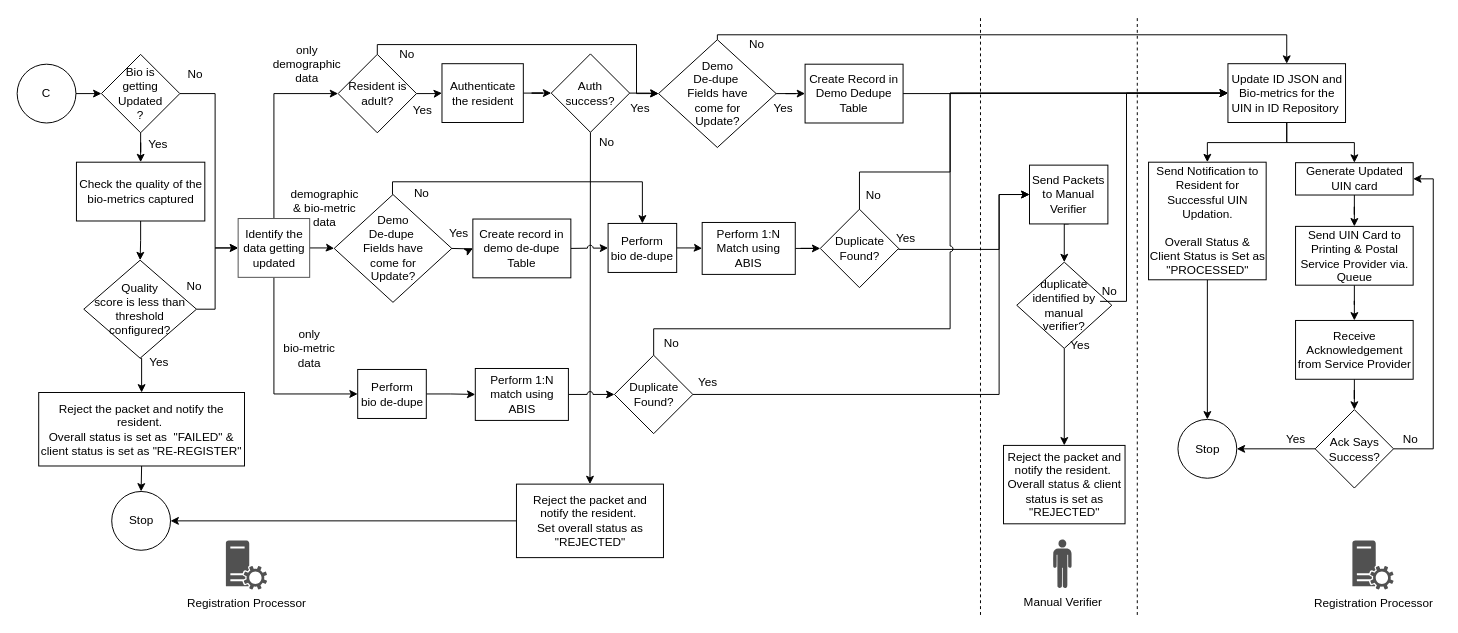
mosip/documentation keeps this draw.io diagram as page "update_packet_processing_part_2" (6 of 9) of docs/_sources/reg_processor/reg_proc_process_flow.drawio. Above is the earlier version. Source tidied: cells renumbered, new cells numbered last; positions are measured from the earlier drawing's top-left corner, leaving out a move shared by most shapes. Both pictures are drawn from the tidied source at 98%, with x=0, y=0 at pixel (17, 17).
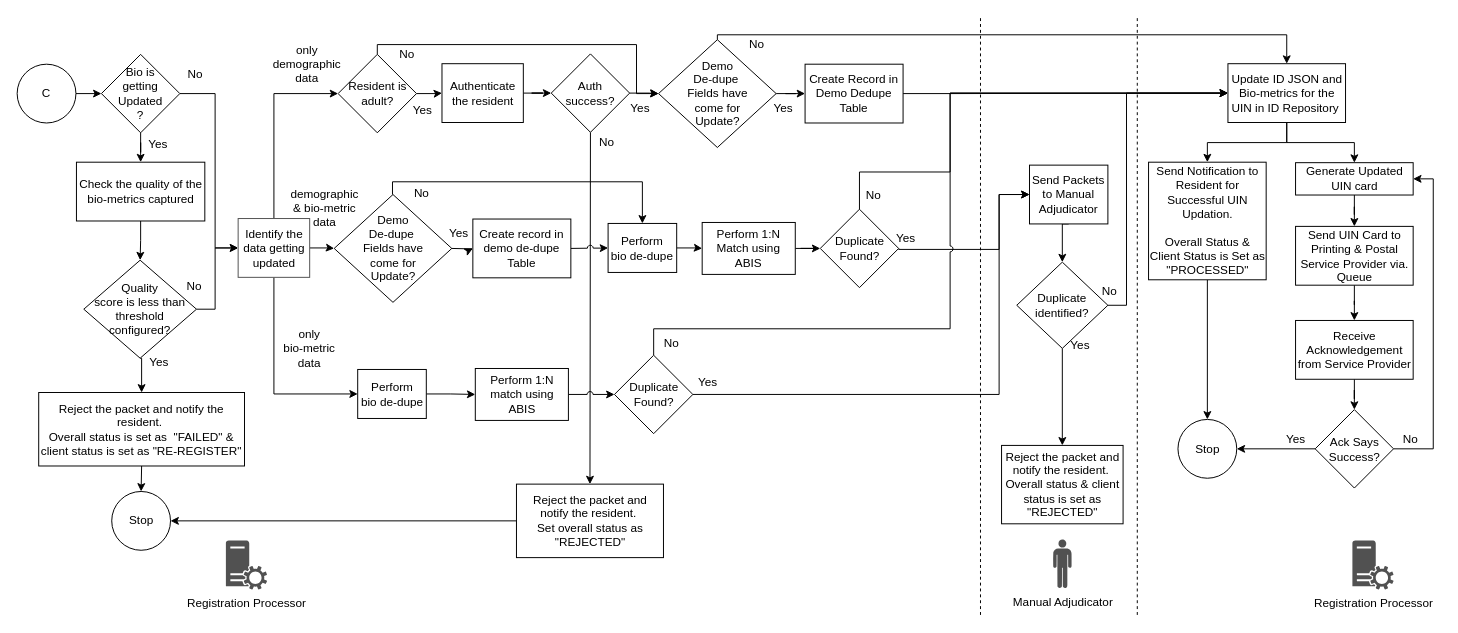
The same page after the edit.

Unchanged cells that the change refers to:
```xml
<mxCell id="6" value="Update ID JSON and Bio-metrics for the UIN in ID Repository&amp;nbsp;" style="rounded=0;whiteSpace=wrap;html=1;" parent="1" vertex="1">
  <mxGeometry x="1235.5" y="47.5" width="120" height="60" as="geometry" />
</mxCell>
<mxCell id="23" value="No" style="text;html=1;strokeColor=none;fillColor=none;align=center;verticalAlign=middle;whiteSpace=wrap;rounded=0;" parent="1" vertex="1">
  <mxGeometry x="1095" y="270" width="40" height="20" as="geometry" />
</mxCell>
```

Change to the diagram source:
```diff
@@
     <mxCell id="7" value="&lt;span&gt;Reject the packet and notify the resident.&amp;nbsp;&lt;/span&gt;&lt;br&gt;&lt;span&gt;Overall status &amp;amp; client status is set as &quot;REJECTED&quot;&lt;/span&gt;" style="rounded=0;whiteSpace=wrap;html=1;" parent="1" vertex="1">
-      <mxGeometry x="1006.5" y="437" width="124" height="80" as="geometry" />
+      <mxGeometry x="1004.5" y="437" width="124" height="80" as="geometry" />
     </mxCell>
@@
-    <mxCell id="19" value="Send Packets to Manual Verifier" style="rounded=0;whiteSpace=wrap;html=1;" parent="1" vertex="1">
+    <mxCell id="19" value="Send Packets to Manual Adjudicator" style="rounded=0;whiteSpace=wrap;html=1;" parent="1" vertex="1">
       <mxGeometry x="1033" y="151" width="80" height="60" as="geometry" />
     </mxCell>
@@
-    <mxCell id="21" value="duplicate identified by manual&lt;br&gt;verifier?" style="rhombus;whiteSpace=wrap;html=1;" parent="1" vertex="1">
-      <mxGeometry x="1020" y="250" width="97" height="88" as="geometry" />
+    <mxCell id="21" value="Duplicate identified?" style="rhombus;whiteSpace=wrap;html=1;" parent="1" vertex="1">
+      <mxGeometry x="1020" y="250" width="93" height="88" as="geometry" />
     </mxCell>
-    <mxCell id="22" style="edgeStyle=orthogonalEdgeStyle;rounded=0;jettySize=auto;html=1;exitX=0.25;exitY=1;exitDx=0;exitDy=0;entryX=0;entryY=0.5;entryDx=0;entryDy=0;fontColor=#000000;" parent="1" edge="1" source="23" target="6">
+    <mxCell id="22" style="edgeStyle=orthogonalEdgeStyle;rounded=0;jettySize=auto;html=1;entryX=0;entryY=0.5;entryDx=0;entryDy=0;fontColor=#000000;exitX=1;exitY=0.5;exitDx=0;exitDy=0;" parent="1" edge="1" source="21" target="6">
       <mxGeometry relative="1" as="geometry">
         <Array as="points">
-          <mxPoint x="1132" y="290" />
+          <mxPoint x="1132" y="294" />
           <mxPoint x="1132" y="78" />
         </Array>
       </mxGeometry>
     </mxCell>
@@
-    <mxCell id="30" value="Manual Verifier" style="verticalLabelPosition=bottom;html=1;fillColor=#515151;verticalAlign=top;align=center;shape=mxgraph.cisco_safe.design.actor_2;dashed=1;" parent="1" vertex="1">
+    <mxCell id="30" value="Manual Adjudicator" style="verticalLabelPosition=bottom;html=1;fillColor=#515151;verticalAlign=top;align=center;shape=mxgraph.cisco_safe.design.actor_2;dashed=1;" parent="1" vertex="1">
       <mxGeometry x="1057" y="533" width="19" height="50" as="geometry" />
     </mxCell>
```
